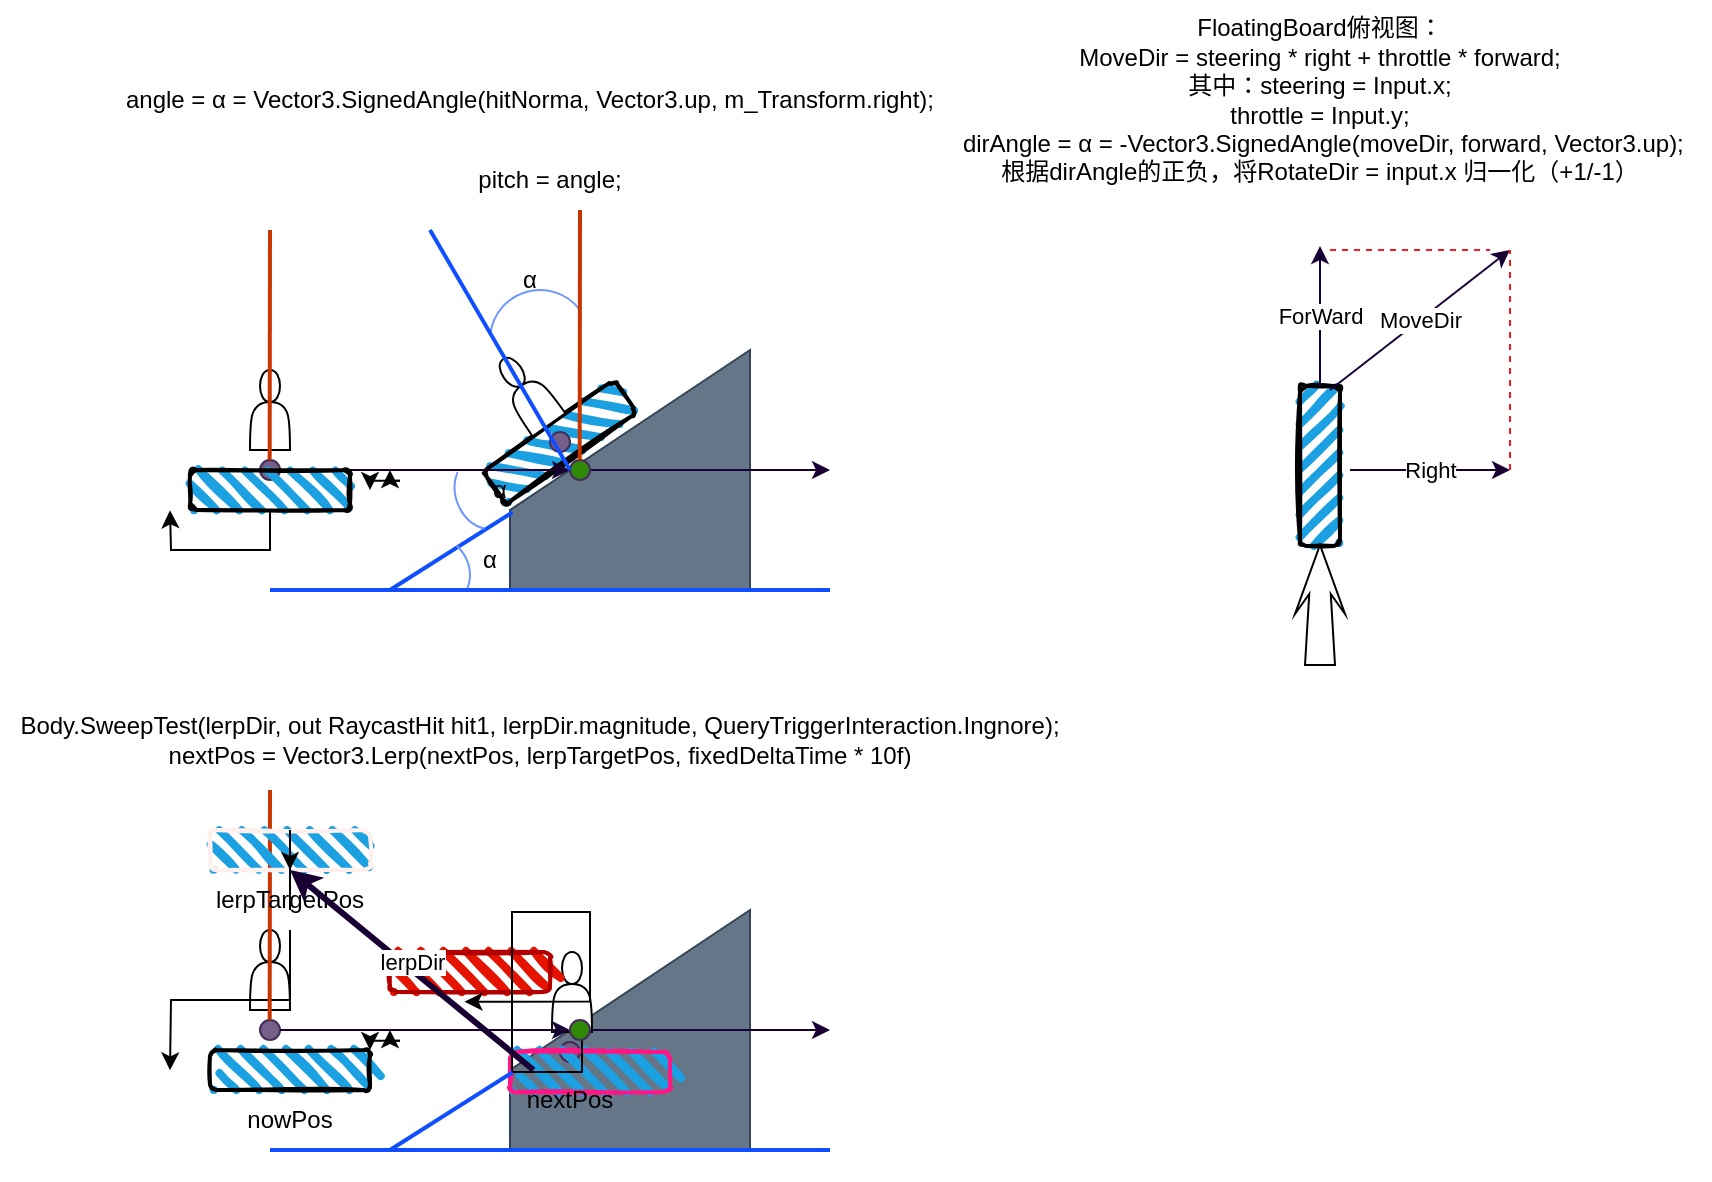
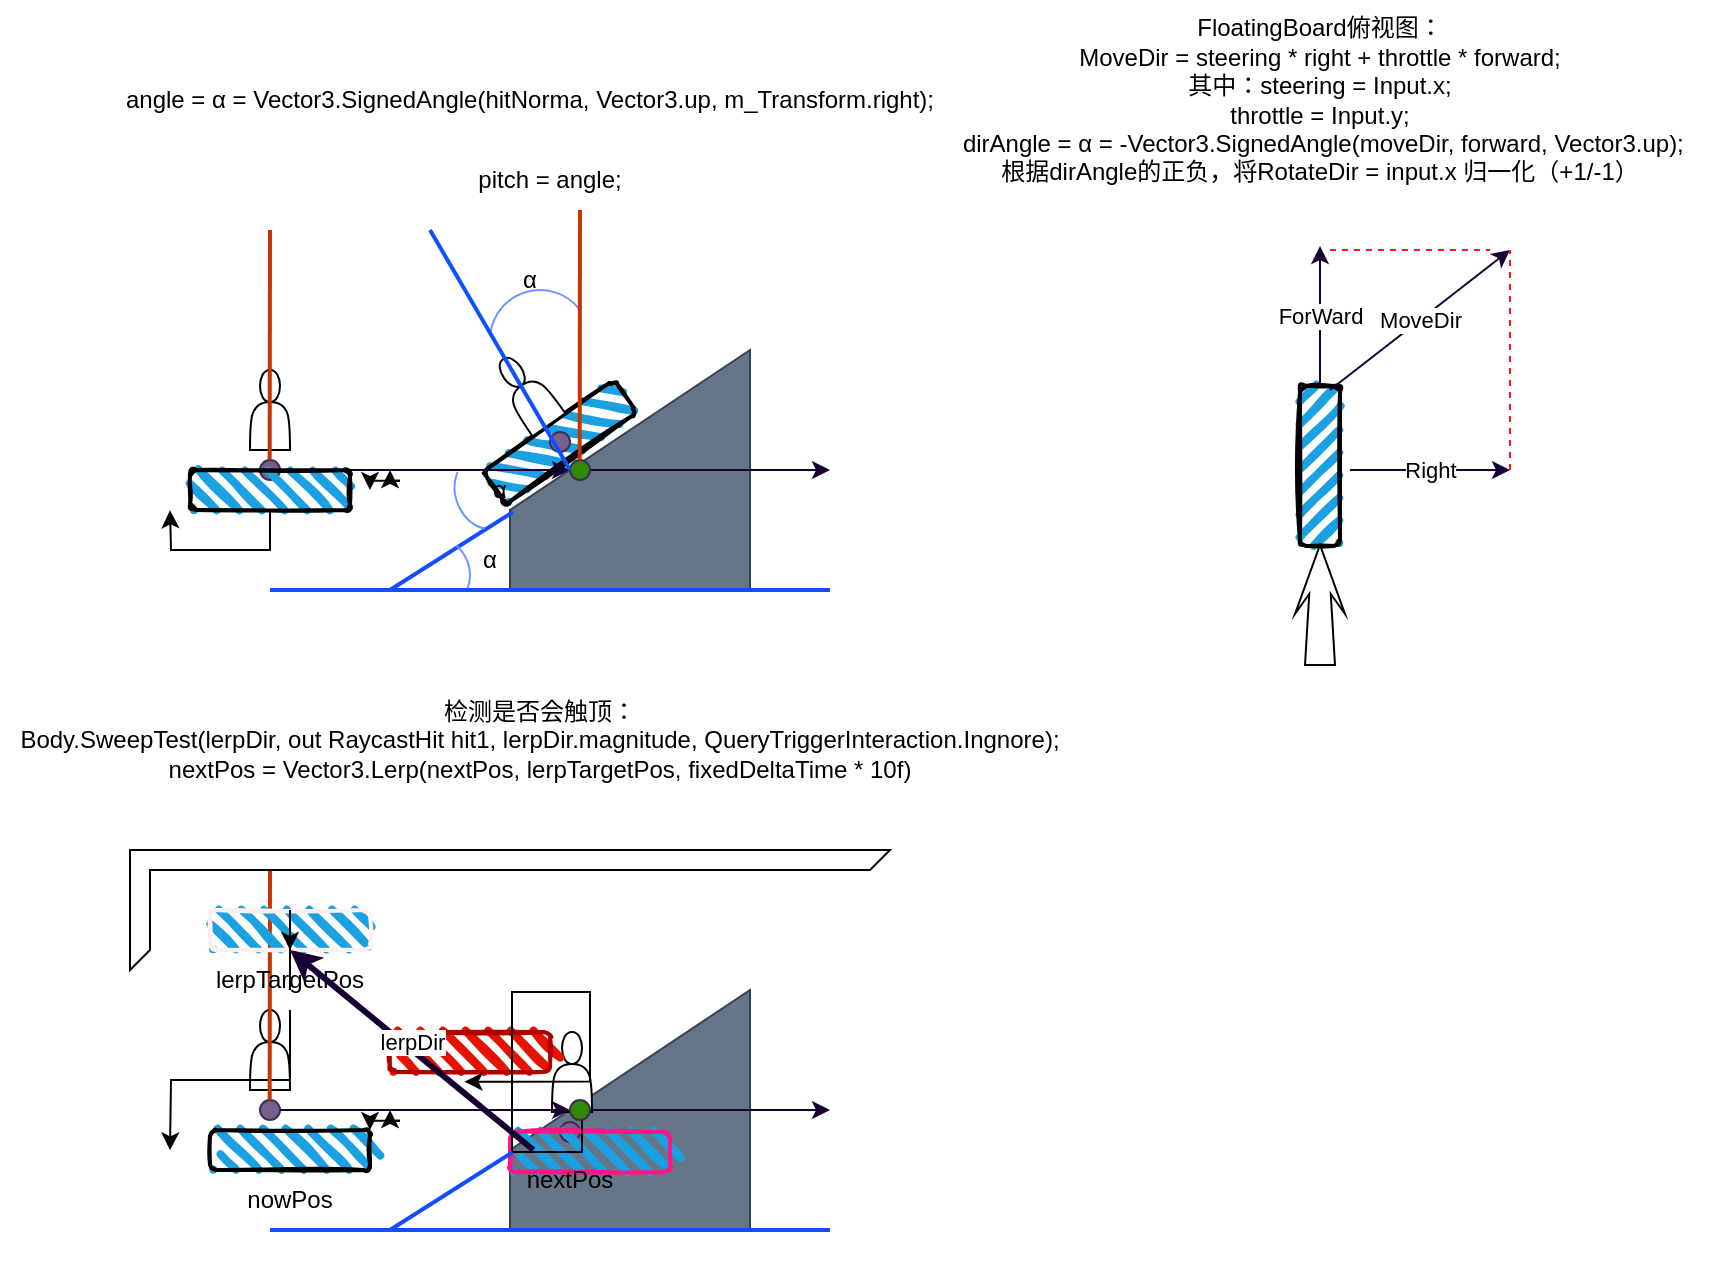
<mxfile host="app.diagrams.net">
  <diagram name="第 1 页" id="Z0DC_knzU1L9sbGcegjl">
    <mxGraphModel dx="1557" dy="467" grid="1" gridSize="10" guides="1" tooltips="1" connect="1" arrows="1" fold="1" page="1" pageScale="1" pageWidth="827" pageHeight="1169" background="light-dark(#FFFFFF,#FFFFFF)" math="0" shadow="0">
      <root>
        <mxCell id="0" />
        <mxCell id="1" parent="0" />
        <mxCell id="fx_5rI_hlLQzRWBr8DUU-49" parent="1" style="text;html=1;whiteSpace=wrap;strokeColor=none;fillColor=none;align=center;verticalAlign=middle;rounded=0;autosize=1;resizable=0;fontColor=light-dark(#000000, #080808);" value="angle = α = Vector3.SignedAngle(hitNorma, Vector3.up, m_Transform.right);" vertex="1">
          <mxGeometry height="30" width="430" x="35" y="60" as="geometry" />
        </mxCell>
        <mxCell id="fx_5rI_hlLQzRWBr8DUU-50" parent="1" style="text;html=1;whiteSpace=wrap;strokeColor=none;fillColor=none;align=center;verticalAlign=middle;rounded=0;autosize=1;resizable=0;fontColor=light-dark(#000000, #080808);" value="FloatingBoard俯视图：&lt;br&gt;MoveDir = steering * right + throttle * forward;&lt;div&gt;其中：steering = Input.x;&lt;br&gt;throttle = Input.y;&lt;/div&gt;&lt;div&gt;&lt;span style=&quot;background-color: transparent; color: light-dark(rgb(0, 0, 0), rgb(8, 8, 8));&quot;&gt;&amp;nbsp;&lt;/span&gt;&lt;span style=&quot;background-color: transparent; color: light-dark(rgb(0, 0, 0), rgb(8, 8, 8));&quot;&gt;dirAngle =&amp;nbsp;&lt;/span&gt;α = -Vector3.SignedAngle(moveDir, forward, Vector3.up);&lt;br&gt;根据dirAngle的正负，将RotateDir = input.x 归一化（+1/-1）&lt;/div&gt;" vertex="1">
          <mxGeometry height="100" width="390" x="450" y="25" as="geometry" />
        </mxCell>
        <mxCell id="fx_5rI_hlLQzRWBr8DUU-58" connectable="0" parent="1" style="group;rotation=-90;" value="" vertex="1">
          <mxGeometry height="25" width="210" x="540" y="240" as="geometry" />
        </mxCell>
        <mxCell id="fx_5rI_hlLQzRWBr8DUU-4" parent="fx_5rI_hlLQzRWBr8DUU-58" style="rounded=1;whiteSpace=wrap;html=1;strokeWidth=2;fillWeight=4;hachureGap=8;hachureAngle=45;fillColor=#1ba1e2;sketch=1;rotation=-90;" value="" vertex="1">
          <mxGeometry height="20" width="80" x="65" y="8" as="geometry" />
        </mxCell>
        <mxCell id="fx_5rI_hlLQzRWBr8DUU-54" parent="fx_5rI_hlLQzRWBr8DUU-58" style="html=1;shadow=0;dashed=0;align=center;verticalAlign=middle;shape=mxgraph.arrows2.stylisedArrow;dy=0.57;dx=24.48;notch=0;feather=0.4;rotation=-90;" value="" vertex="1">
          <mxGeometry height="25" width="60" x="75" y="75" as="geometry" />
        </mxCell>
        <mxCell id="fx_5rI_hlLQzRWBr8DUU-56" edge="1" parent="fx_5rI_hlLQzRWBr8DUU-58" style="endArrow=classic;html=1;rounded=0;endFill=1;strokeWidth=1;strokeColor=light-dark(#190033,#000033);" value="ForWard">
          <mxGeometry height="50" relative="1" width="50" as="geometry">
            <mxPoint x="105" y="-22" as="sourcePoint" />
            <mxPoint x="105" y="-92" as="targetPoint" />
          </mxGeometry>
        </mxCell>
        <mxCell id="fx_5rI_hlLQzRWBr8DUU-60" parent="1" style="text;html=1;whiteSpace=wrap;strokeColor=none;fillColor=none;align=center;verticalAlign=middle;rounded=0;autosize=1;resizable=0;fontColor=light-dark(#000000, #080808);" value="pitch = angle;" vertex="1">
          <mxGeometry height="30" width="100" x="210" y="100" as="geometry" />
        </mxCell>
        <mxCell id="fx_5rI_hlLQzRWBr8DUU-61" edge="1" parent="1" style="endArrow=classic;html=1;rounded=0;endFill=1;strokeWidth=1;strokeColor=light-dark(#190033,#000033);" value="Right">
          <mxGeometry height="50" relative="1" width="50" as="geometry">
            <mxPoint x="660" y="260" as="sourcePoint" />
            <mxPoint x="740" y="260" as="targetPoint" />
          </mxGeometry>
        </mxCell>
        <mxCell id="fx_5rI_hlLQzRWBr8DUU-62" edge="1" parent="1" style="endArrow=classic;html=1;rounded=0;endFill=1;strokeWidth=1;strokeColor=light-dark(#190033,#000033);" value="MoveDir">
          <mxGeometry height="50" relative="1" width="50" as="geometry">
            <mxPoint x="650" y="220" as="sourcePoint" />
            <mxPoint x="740" y="150" as="targetPoint" />
          </mxGeometry>
        </mxCell>
        <mxCell id="fx_5rI_hlLQzRWBr8DUU-63" edge="1" parent="1" style="endArrow=none;dashed=1;html=1;rounded=0;strokeColor=#FF161D;fillColor=#76608a;" value="">
          <mxGeometry height="50" relative="1" width="50" as="geometry">
            <mxPoint x="650" y="150" as="sourcePoint" />
            <mxPoint x="730" y="150" as="targetPoint" />
          </mxGeometry>
        </mxCell>
        <mxCell id="fx_5rI_hlLQzRWBr8DUU-64" edge="1" parent="1" style="endArrow=none;dashed=1;html=1;rounded=0;strokeColor=#FF161D;fillColor=#76608a;" value="">
          <mxGeometry height="50" relative="1" width="50" as="geometry">
            <mxPoint x="740" y="260" as="sourcePoint" />
            <mxPoint x="740" y="150" as="targetPoint" />
          </mxGeometry>
        </mxCell>
        <mxCell id="fx_5rI_hlLQzRWBr8DUU-65" connectable="0" parent="1" style="group" value="" vertex="1">
          <mxGeometry height="205" width="320" x="80" y="130" as="geometry" />
        </mxCell>
        <mxCell id="fx_5rI_hlLQzRWBr8DUU-37" connectable="0" parent="fx_5rI_hlLQzRWBr8DUU-65" style="group;rotation=-35;" value="" vertex="1">
          <mxGeometry height="70" width="80" x="130" y="60" as="geometry" />
        </mxCell>
        <mxCell id="fx_5rI_hlLQzRWBr8DUU-38" parent="fx_5rI_hlLQzRWBr8DUU-37" style="rounded=1;whiteSpace=wrap;html=1;strokeWidth=2;fillWeight=4;hachureGap=8;hachureAngle=45;fillColor=#1ba1e2;sketch=1;rotation=-35;" value="" vertex="1">
          <mxGeometry height="20" width="80" x="15" y="46" as="geometry" />
        </mxCell>
        <mxCell id="fx_5rI_hlLQzRWBr8DUU-39" parent="fx_5rI_hlLQzRWBr8DUU-37" style="shape=actor;whiteSpace=wrap;html=1;rotation=-35;" value="" vertex="1">
          <mxGeometry height="40" width="20" x="28" y="11" as="geometry" />
        </mxCell>
        <mxCell id="fx_5rI_hlLQzRWBr8DUU-40" parent="fx_5rI_hlLQzRWBr8DUU-37" style="ellipse;whiteSpace=wrap;html=1;aspect=fixed;strokeColor=#432D57;fillColor=#76608a;fontColor=#ffffff;rotation=-35;" value="" vertex="1">
          <mxGeometry height="10" width="10" x="50" y="51" as="geometry" />
        </mxCell>
        <mxCell id="fx_5rI_hlLQzRWBr8DUU-41" parent="fx_5rI_hlLQzRWBr8DUU-37" style="shape=mxgraph.basic.arc;html=1;startAngle=0.7682831795977167;endAngle=0.14289333360926398;endArrow=classic;endFill=1;fontColor=light-dark(default, #bb2a2a);strokeColor=#6E96FF;rotation=0;" value="" vertex="1">
          <mxGeometry height="50" width="50" x="20" y="-20" as="geometry" />
        </mxCell>
        <mxCell id="fx_5rI_hlLQzRWBr8DUU-6" parent="fx_5rI_hlLQzRWBr8DUU-65" style="shape=manualInput;boundedLbl=1;whiteSpace=wrap;html=1;size=80;fillColor=#647687;fontColor=#ffffff;strokeColor=#314354;" value="" vertex="1">
          <mxGeometry height="120" width="120" x="160" y="70" as="geometry" />
        </mxCell>
        <mxCell id="fx_5rI_hlLQzRWBr8DUU-7" connectable="0" parent="fx_5rI_hlLQzRWBr8DUU-65" style="group" value="" vertex="1">
          <mxGeometry height="70" width="80" y="70" as="geometry" />
        </mxCell>
        <mxCell id="fx_5rI_hlLQzRWBr8DUU-5" parent="fx_5rI_hlLQzRWBr8DUU-7" style="shape=actor;whiteSpace=wrap;html=1;" value="" vertex="1">
          <mxGeometry height="40" width="20" x="30" y="10" as="geometry" />
        </mxCell>
        <mxCell id="fx_5rI_hlLQzRWBr8DUU-15" parent="fx_5rI_hlLQzRWBr8DUU-7" style="ellipse;whiteSpace=wrap;html=1;aspect=fixed;strokeColor=#432D57;fillColor=#76608a;fontColor=#ffffff;" value="" vertex="1">
          <mxGeometry height="10" width="10" x="35" y="55" as="geometry" />
        </mxCell>
        <mxCell id="fx_5rI_hlLQzRWBr8DUU-52" edge="1" parent="fx_5rI_hlLQzRWBr8DUU-7" source="fx_5rI_hlLQzRWBr8DUU-51" style="edgeStyle=orthogonalEdgeStyle;rounded=0;orthogonalLoop=1;jettySize=auto;html=1;exitX=0.5;exitY=1;exitDx=0;exitDy=0;">
          <mxGeometry relative="1" as="geometry">
            <mxPoint x="-10" y="80.14285714285711" as="targetPoint" />
          </mxGeometry>
        </mxCell>
        <mxCell id="fx_5rI_hlLQzRWBr8DUU-14" edge="1" parent="fx_5rI_hlLQzRWBr8DUU-65" source="fx_5rI_hlLQzRWBr8DUU-18" style="endArrow=classic;html=1;rounded=0;endFill=1;strokeWidth=1;strokeColor=light-dark(#190033,#000033);exitX=1;exitY=0.5;exitDx=0;exitDy=0;" value="">
          <mxGeometry height="50" relative="1" width="50" as="geometry">
            <mxPoint x="120" y="129.86" as="sourcePoint" />
            <mxPoint x="320" y="130" as="targetPoint" />
          </mxGeometry>
        </mxCell>
        <mxCell id="fx_5rI_hlLQzRWBr8DUU-18" parent="fx_5rI_hlLQzRWBr8DUU-65" style="ellipse;whiteSpace=wrap;html=1;aspect=fixed;strokeColor=#432D57;fillColor=#318A07;fontColor=#ffffff;" value="" vertex="1">
          <mxGeometry height="10" width="10" x="190" y="125" as="geometry" />
        </mxCell>
        <mxCell id="fx_5rI_hlLQzRWBr8DUU-19" edge="1" parent="fx_5rI_hlLQzRWBr8DUU-65" source="fx_5rI_hlLQzRWBr8DUU-15" style="endArrow=classic;html=1;rounded=0;endFill=1;strokeWidth=1;strokeColor=light-dark(#190033,#000033);exitX=1;exitY=0.5;exitDx=0;exitDy=0;" target="fx_5rI_hlLQzRWBr8DUU-18" value="">
          <mxGeometry height="50" relative="1" width="50" as="geometry">
            <mxPoint x="45" y="130" as="sourcePoint" />
            <mxPoint x="320" y="130" as="targetPoint" />
          </mxGeometry>
        </mxCell>
        <mxCell id="fx_5rI_hlLQzRWBr8DUU-21" edge="1" parent="fx_5rI_hlLQzRWBr8DUU-65" style="endArrow=none;html=1;rounded=0;fillColor=#FFE5FC;strokeWidth=2;strokeColor=#104FFF;" value="">
          <mxGeometry height="50" relative="1" width="50" as="geometry">
            <mxPoint x="190" y="130" as="sourcePoint" />
            <mxPoint x="120" y="10" as="targetPoint" />
          </mxGeometry>
        </mxCell>
        <mxCell id="fx_5rI_hlLQzRWBr8DUU-24" edge="1" parent="fx_5rI_hlLQzRWBr8DUU-65" source="fx_5rI_hlLQzRWBr8DUU-6" style="endArrow=none;html=1;rounded=0;fillColor=#FFE5FC;strokeWidth=2;strokeColor=#104FFF;exitX=0.011;exitY=0.676;exitDx=0;exitDy=0;exitPerimeter=0;" value="">
          <mxGeometry height="50" relative="1" width="50" as="geometry">
            <mxPoint x="130" y="200" as="sourcePoint" />
            <mxPoint x="100" y="190" as="targetPoint" />
          </mxGeometry>
        </mxCell>
        <mxCell id="fx_5rI_hlLQzRWBr8DUU-25" edge="1" parent="fx_5rI_hlLQzRWBr8DUU-65" style="endArrow=none;html=1;rounded=0;fillColor=#fa6800;strokeWidth=2;strokeColor=#C73500;" value="">
          <mxGeometry height="50" relative="1" width="50" as="geometry">
            <mxPoint x="39.83000000000001" y="125" as="sourcePoint" />
            <mxPoint x="40" y="10" as="targetPoint" />
          </mxGeometry>
        </mxCell>
        <mxCell id="fx_5rI_hlLQzRWBr8DUU-26" edge="1" parent="fx_5rI_hlLQzRWBr8DUU-65" style="endArrow=none;html=1;rounded=0;fillColor=#fa6800;strokeWidth=2;strokeColor=#C73500;" value="">
          <mxGeometry height="50" relative="1" width="50" as="geometry">
            <mxPoint x="194.83000000000004" y="125" as="sourcePoint" />
            <mxPoint x="195" as="targetPoint" />
          </mxGeometry>
        </mxCell>
        <mxCell id="fx_5rI_hlLQzRWBr8DUU-28" edge="1" parent="fx_5rI_hlLQzRWBr8DUU-65" style="endArrow=none;html=1;rounded=0;fillColor=#FFE5FC;strokeWidth=2;strokeColor=light-dark(#104FFF, #000000);" value="">
          <mxGeometry height="50" relative="1" width="50" as="geometry">
            <mxPoint x="320" y="190" as="sourcePoint" />
            <mxPoint x="40" y="190" as="targetPoint" />
          </mxGeometry>
        </mxCell>
        <mxCell id="fx_5rI_hlLQzRWBr8DUU-31" parent="fx_5rI_hlLQzRWBr8DUU-65" style="text;html=1;whiteSpace=wrap;strokeColor=none;fillColor=none;align=center;verticalAlign=middle;rounded=0;autosize=1;resizable=0;fontColor=light-dark(#000000, #080808);" value="α" vertex="1">
          <mxGeometry height="30" width="30" x="135" y="160" as="geometry" />
        </mxCell>
        <mxCell id="fx_5rI_hlLQzRWBr8DUU-33" parent="fx_5rI_hlLQzRWBr8DUU-65" style="text;html=1;whiteSpace=wrap;strokeColor=none;fillColor=none;align=center;verticalAlign=middle;rounded=0;autosize=1;resizable=0;fontColor=light-dark(#000000, #080808);" value="α" vertex="1">
          <mxGeometry height="30" width="30" x="140" y="125" as="geometry" />
        </mxCell>
        <mxCell id="fx_5rI_hlLQzRWBr8DUU-35" parent="fx_5rI_hlLQzRWBr8DUU-65" style="text;html=1;whiteSpace=wrap;strokeColor=none;fillColor=none;align=center;verticalAlign=middle;rounded=0;autosize=1;resizable=0;fontColor=light-dark(#000000, #080808);" value="α" vertex="1">
          <mxGeometry height="30" width="30" x="155" y="20" as="geometry" />
        </mxCell>
        <mxCell id="fx_5rI_hlLQzRWBr8DUU-43" edge="1" parent="fx_5rI_hlLQzRWBr8DUU-65" style="edgeStyle=orthogonalEdgeStyle;rounded=0;orthogonalLoop=1;jettySize=auto;html=1;">
          <mxGeometry relative="1" as="geometry">
            <mxPoint x="105" y="135.35533905932732" as="sourcePoint" />
            <mxPoint x="100" y="130" as="targetPoint" />
          </mxGeometry>
        </mxCell>
        <mxCell id="fx_5rI_hlLQzRWBr8DUU-44" edge="1" parent="fx_5rI_hlLQzRWBr8DUU-65" style="edgeStyle=orthogonalEdgeStyle;rounded=0;orthogonalLoop=1;jettySize=auto;html=1;">
          <mxGeometry relative="1" as="geometry">
            <mxPoint x="105" y="135.35533905932732" as="sourcePoint" />
            <mxPoint x="90" y="140" as="targetPoint" />
          </mxGeometry>
        </mxCell>
        <mxCell id="fx_5rI_hlLQzRWBr8DUU-45" parent="fx_5rI_hlLQzRWBr8DUU-65" style="shape=mxgraph.basic.arc;html=1;startAngle=0.822107692393224;endAngle=0.11112848892826835;endArrow=classic;endFill=1;fontColor=light-dark(default, #bb2a2a);strokeColor=#6E96FF;rotation=-105;" value="" vertex="1">
          <mxGeometry height="35" width="40" x="130" y="122.49999999999997" as="geometry" />
        </mxCell>
        <mxCell id="fx_5rI_hlLQzRWBr8DUU-47" parent="fx_5rI_hlLQzRWBr8DUU-65" style="shape=mxgraph.basic.arc;html=1;startAngle=0.20235438405496714;endAngle=0.3627813740139013;endArrow=classic;endFill=1;fontColor=light-dark(default, #bb2a2a);strokeColor=#6E96FF;rotation=-180;flipH=1;legacyAnchorPoints=0;" value="" vertex="1">
          <mxGeometry height="45" width="55" x="85" y="160" as="geometry" />
        </mxCell>
        <mxCell id="fx_5rI_hlLQzRWBr8DUU-51" parent="fx_5rI_hlLQzRWBr8DUU-65" style="rounded=1;whiteSpace=wrap;html=1;strokeWidth=2;fillWeight=4;hachureGap=8;hachureAngle=45;fillColor=#1ba1e2;sketch=1;" value="" vertex="1">
          <mxGeometry height="20" width="80" y="130" as="geometry" />
        </mxCell>
        <mxCell id="fx_5rI_hlLQzRWBr8DUU-66" connectable="0" parent="1" style="group" value="" vertex="1">
-           <mxGeometry height="205" width="355" x="80" y="410" as="geometry" />
-         </mxCell>
-         <mxCell id="fx_5rI_hlLQzRWBr8DUU-72" parent="fx_5rI_hlLQzRWBr8DUU-66" style="shape=manualInput;boundedLbl=1;whiteSpace=wrap;html=1;size=80;fillColor=#647687;fontColor=#ffffff;strokeColor=#314354;" value="" vertex="1">
-           <mxGeometry height="120" width="120" x="160" y="70" as="geometry" />
-         </mxCell>
-         <mxCell id="fx_5rI_hlLQzRWBr8DUU-67" connectable="0" parent="fx_5rI_hlLQzRWBr8DUU-66" style="group;rotation=0;" value="" vertex="1">
-           <mxGeometry height="70" width="80" x="150" y="80" as="geometry" />
+           <mxGeometry height="205" width="355" x="80" y="450" as="geometry" />
+         </mxCell>
+         <mxCell id="fx_5rI_hlLQzRWBr8DUU-104" connectable="0" parent="fx_5rI_hlLQzRWBr8DUU-66" style="group" value="" vertex="1">
+           <mxGeometry height="180" width="350" y="10" as="geometry" />
+         </mxCell>
+         <mxCell id="fx_5rI_hlLQzRWBr8DUU-72" parent="fx_5rI_hlLQzRWBr8DUU-104" style="shape=manualInput;boundedLbl=1;whiteSpace=wrap;html=1;size=80;fillColor=#647687;fontColor=#ffffff;strokeColor=#314354;" value="" vertex="1">
+           <mxGeometry height="120" width="120" x="160" y="60" as="geometry" />
+         </mxCell>
+         <mxCell id="fx_5rI_hlLQzRWBr8DUU-67" connectable="0" parent="fx_5rI_hlLQzRWBr8DUU-104" style="group;rotation=0;" value="" vertex="1">
+           <mxGeometry height="70" width="80" x="150" y="70" as="geometry" />
        </mxCell>
        <mxCell id="fx_5rI_hlLQzRWBr8DUU-69" parent="fx_5rI_hlLQzRWBr8DUU-67" style="shape=actor;whiteSpace=wrap;html=1;rotation=0;" value="" vertex="1">
          <mxGeometry height="40" width="20" x="31" y="11" as="geometry" />
        </mxCell>
        <mxCell id="fx_5rI_hlLQzRWBr8DUU-70" parent="fx_5rI_hlLQzRWBr8DUU-67" style="ellipse;whiteSpace=wrap;html=1;aspect=fixed;strokeColor=#432D57;fillColor=#76608a;fontColor=#ffffff;rotation=0;" value="" vertex="1">
          <mxGeometry height="10" width="10" x="35" y="56" as="geometry" />
        </mxCell>
        <mxCell id="fx_5rI_hlLQzRWBr8DUU-103" parent="fx_5rI_hlLQzRWBr8DUU-67" style="rounded=1;whiteSpace=wrap;html=1;strokeWidth=2;fillWeight=4;hachureGap=8;hachureAngle=45;fillColor=#1ba1e2;sketch=1;rotation=0;strokeColor=#FF1686;" value="" vertex="1">
          <mxGeometry height="20" width="80" x="10" y="61" as="geometry" />
        </mxCell>
        <mxCell id="fx_5rI_hlLQzRWBr8DUU-68" parent="fx_5rI_hlLQzRWBr8DUU-67" style="rounded=1;whiteSpace=wrap;html=1;strokeWidth=2;fillWeight=4;hachureGap=8;hachureAngle=45;fillColor=#e51400;sketch=1;rotation=0;strokeColor=#B20000;fontColor=#ffffff;" value="" vertex="1">
          <mxGeometry height="20" width="80" x="-50" y="11" as="geometry" />
        </mxCell>
        <mxCell id="fx_5rI_hlLQzRWBr8DUU-93" edge="1" parent="fx_5rI_hlLQzRWBr8DUU-67" source="fx_5rI_hlLQzRWBr8DUU-69" style="edgeStyle=orthogonalEdgeStyle;rounded=0;orthogonalLoop=1;jettySize=auto;html=1;exitX=0.75;exitY=1;exitDx=0;exitDy=0;entryX=0.466;entryY=1.242;entryDx=0;entryDy=0;entryPerimeter=0;" target="fx_5rI_hlLQzRWBr8DUU-68">
          <mxGeometry relative="1" as="geometry" />
        </mxCell>
-         <mxCell id="fx_5rI_hlLQzRWBr8DUU-73" connectable="0" parent="fx_5rI_hlLQzRWBr8DUU-66" style="group" value="" vertex="1">
-           <mxGeometry height="70" width="85" y="70" as="geometry" />
+         <mxCell id="fx_5rI_hlLQzRWBr8DUU-73" connectable="0" parent="fx_5rI_hlLQzRWBr8DUU-104" style="group" value="" vertex="1">
+           <mxGeometry height="70" width="85" y="60" as="geometry" />
        </mxCell>
        <mxCell id="fx_5rI_hlLQzRWBr8DUU-74" parent="fx_5rI_hlLQzRWBr8DUU-73" style="shape=actor;whiteSpace=wrap;html=1;" value="" vertex="1">
          <mxGeometry height="40" width="20" x="30" y="10" as="geometry" />
        </mxCell>
        <mxCell id="fx_5rI_hlLQzRWBr8DUU-75" parent="fx_5rI_hlLQzRWBr8DUU-73" style="ellipse;whiteSpace=wrap;html=1;aspect=fixed;strokeColor=#432D57;fillColor=#76608a;fontColor=#ffffff;" value="" vertex="1">
          <mxGeometry height="10" width="10" x="35" y="55" as="geometry" />
        </mxCell>
        <mxCell id="fx_5rI_hlLQzRWBr8DUU-76" edge="1" parent="fx_5rI_hlLQzRWBr8DUU-73" source="fx_5rI_hlLQzRWBr8DUU-97" style="edgeStyle=orthogonalEdgeStyle;rounded=0;orthogonalLoop=1;jettySize=auto;html=1;exitX=0.5;exitY=1;exitDx=0;exitDy=0;">
          <mxGeometry relative="1" as="geometry">
            <mxPoint x="-10" y="80.14285714285711" as="targetPoint" />
          </mxGeometry>
        </mxCell>
-         <mxCell id="fx_5rI_hlLQzRWBr8DUU-77" edge="1" parent="fx_5rI_hlLQzRWBr8DUU-66" source="fx_5rI_hlLQzRWBr8DUU-78" style="endArrow=classic;html=1;rounded=0;endFill=1;strokeWidth=1;strokeColor=light-dark(#190033,#000033);exitX=1;exitY=0.5;exitDx=0;exitDy=0;" value="">
-           <mxGeometry height="50" relative="1" width="50" as="geometry">
-             <mxPoint x="120" y="129.86" as="sourcePoint" />
-             <mxPoint x="320" y="130" as="targetPoint" />
-           </mxGeometry>
-         </mxCell>
-         <mxCell id="fx_5rI_hlLQzRWBr8DUU-78" parent="fx_5rI_hlLQzRWBr8DUU-66" style="ellipse;whiteSpace=wrap;html=1;aspect=fixed;strokeColor=#432D57;fillColor=#318A07;fontColor=#ffffff;" value="" vertex="1">
-           <mxGeometry height="10" width="10" x="190" y="125" as="geometry" />
-         </mxCell>
-         <mxCell id="fx_5rI_hlLQzRWBr8DUU-79" edge="1" parent="fx_5rI_hlLQzRWBr8DUU-66" source="fx_5rI_hlLQzRWBr8DUU-75" style="endArrow=classic;html=1;rounded=0;endFill=1;strokeWidth=1;strokeColor=light-dark(#190033,#000033);exitX=1;exitY=0.5;exitDx=0;exitDy=0;" target="fx_5rI_hlLQzRWBr8DUU-78" value="">
-           <mxGeometry height="50" relative="1" width="50" as="geometry">
-             <mxPoint x="45" y="130" as="sourcePoint" />
-             <mxPoint x="320" y="130" as="targetPoint" />
-           </mxGeometry>
-         </mxCell>
-         <mxCell id="fx_5rI_hlLQzRWBr8DUU-81" edge="1" parent="fx_5rI_hlLQzRWBr8DUU-66" source="fx_5rI_hlLQzRWBr8DUU-72" style="endArrow=none;html=1;rounded=0;fillColor=#FFE5FC;strokeWidth=2;strokeColor=#104FFF;exitX=0.011;exitY=0.676;exitDx=0;exitDy=0;exitPerimeter=0;" value="">
-           <mxGeometry height="50" relative="1" width="50" as="geometry">
-             <mxPoint x="130" y="200" as="sourcePoint" />
-             <mxPoint x="100" y="190" as="targetPoint" />
-           </mxGeometry>
-         </mxCell>
-         <mxCell id="fx_5rI_hlLQzRWBr8DUU-82" edge="1" parent="fx_5rI_hlLQzRWBr8DUU-66" style="endArrow=none;html=1;rounded=0;fillColor=#fa6800;strokeWidth=2;strokeColor=#C73500;" value="">
-           <mxGeometry height="50" relative="1" width="50" as="geometry">
-             <mxPoint x="39.83000000000001" y="125" as="sourcePoint" />
-             <mxPoint x="40" y="10" as="targetPoint" />
-           </mxGeometry>
-         </mxCell>
-         <mxCell id="fx_5rI_hlLQzRWBr8DUU-84" edge="1" parent="fx_5rI_hlLQzRWBr8DUU-66" style="endArrow=none;html=1;rounded=0;fillColor=#FFE5FC;strokeWidth=2;strokeColor=light-dark(#104FFF, #000000);" value="">
-           <mxGeometry height="50" relative="1" width="50" as="geometry">
-             <mxPoint x="320" y="190" as="sourcePoint" />
-             <mxPoint x="40" y="190" as="targetPoint" />
-           </mxGeometry>
-         </mxCell>
-         <mxCell id="fx_5rI_hlLQzRWBr8DUU-88" edge="1" parent="fx_5rI_hlLQzRWBr8DUU-66" style="edgeStyle=orthogonalEdgeStyle;rounded=0;orthogonalLoop=1;jettySize=auto;html=1;">
-           <mxGeometry relative="1" as="geometry">
-             <mxPoint x="105" y="135.35533905932732" as="sourcePoint" />
-             <mxPoint x="100" y="130" as="targetPoint" />
-           </mxGeometry>
-         </mxCell>
-         <mxCell id="fx_5rI_hlLQzRWBr8DUU-89" edge="1" parent="fx_5rI_hlLQzRWBr8DUU-66" style="edgeStyle=orthogonalEdgeStyle;rounded=0;orthogonalLoop=1;jettySize=auto;html=1;">
-           <mxGeometry relative="1" as="geometry">
-             <mxPoint x="105" y="135.35533905932732" as="sourcePoint" />
-             <mxPoint x="90" y="140" as="targetPoint" />
-           </mxGeometry>
-         </mxCell>
-         <mxCell id="fx_5rI_hlLQzRWBr8DUU-92" parent="fx_5rI_hlLQzRWBr8DUU-66" style="rounded=1;whiteSpace=wrap;html=1;strokeWidth=2;fillWeight=4;hachureGap=8;hachureAngle=45;fillColor=#1ba1e2;sketch=1;strokeColor=#FFF0ED;" value="" vertex="1">
-           <mxGeometry height="20" width="80" x="10" y="30" as="geometry" />
-         </mxCell>
-         <mxCell id="fx_5rI_hlLQzRWBr8DUU-94" parent="fx_5rI_hlLQzRWBr8DUU-66" style="text;html=1;whiteSpace=wrap;strokeColor=none;fillColor=none;align=center;verticalAlign=middle;rounded=0;autosize=1;resizable=0;fontColor=light-dark(#000000, #080808);" value="nextPos" vertex="1">
-           <mxGeometry height="30" width="70" x="155" y="150" as="geometry" />
-         </mxCell>
-         <mxCell id="fx_5rI_hlLQzRWBr8DUU-95" parent="fx_5rI_hlLQzRWBr8DUU-66" style="text;html=1;whiteSpace=wrap;strokeColor=none;fillColor=none;align=center;verticalAlign=middle;rounded=0;autosize=1;resizable=0;fontColor=light-dark(#000000, #080808);" value="nowPos" vertex="1">
-           <mxGeometry height="30" width="70" x="15" y="160" as="geometry" />
-         </mxCell>
-         <mxCell id="fx_5rI_hlLQzRWBr8DUU-96" parent="fx_5rI_hlLQzRWBr8DUU-66" style="rounded=1;whiteSpace=wrap;html=1;strokeWidth=2;fillWeight=4;hachureGap=8;hachureAngle=45;fillColor=#1ba1e2;sketch=1;" value="" vertex="1">
-           <mxGeometry height="20" width="80" x="10" y="140" as="geometry" />
-         </mxCell>
-         <mxCell id="fx_5rI_hlLQzRWBr8DUU-98" edge="1" parent="fx_5rI_hlLQzRWBr8DUU-66" source="fx_5rI_hlLQzRWBr8DUU-92" style="edgeStyle=orthogonalEdgeStyle;rounded=0;orthogonalLoop=1;jettySize=auto;html=1;exitX=0.5;exitY=1;exitDx=0;exitDy=0;" target="fx_5rI_hlLQzRWBr8DUU-97" value="">
-           <mxGeometry relative="1" as="geometry">
-             <mxPoint x="130" y="550" as="sourcePoint" />
-             <mxPoint x="70" y="630.1428571428571" as="targetPoint" />
-           </mxGeometry>
-         </mxCell>
-         <mxCell id="fx_5rI_hlLQzRWBr8DUU-97" parent="fx_5rI_hlLQzRWBr8DUU-66" style="text;html=1;whiteSpace=wrap;strokeColor=none;fillColor=none;align=center;verticalAlign=middle;rounded=0;autosize=1;resizable=0;fontColor=light-dark(#000000, #080808);" value="lerpTargetPos" vertex="1">
-           <mxGeometry height="30" width="100" y="50" as="geometry" />
-         </mxCell>
-         <mxCell id="fx_5rI_hlLQzRWBr8DUU-100" edge="1" parent="fx_5rI_hlLQzRWBr8DUU-66" source="fx_5rI_hlLQzRWBr8DUU-94" style="endArrow=classic;html=1;rounded=0;endFill=1;strokeWidth=3;strokeColor=light-dark(#190033,#000033);entryX=0.5;entryY=0;entryDx=0;entryDy=0;" target="fx_5rI_hlLQzRWBr8DUU-97" value="">
-           <mxGeometry height="50" relative="1" width="50" as="geometry">
-             <mxPoint x="110" y="39.8" as="sourcePoint" />
-             <mxPoint x="230" y="39.8" as="targetPoint" />
+         <mxCell id="fx_5rI_hlLQzRWBr8DUU-77" edge="1" parent="fx_5rI_hlLQzRWBr8DUU-104" source="fx_5rI_hlLQzRWBr8DUU-78" style="endArrow=classic;html=1;rounded=0;endFill=1;strokeWidth=1;strokeColor=light-dark(#190033,#000033);exitX=1;exitY=0.5;exitDx=0;exitDy=0;" value="">
+           <mxGeometry height="50" relative="1" width="50" as="geometry">
+             <mxPoint x="120" y="119.86000000000001" as="sourcePoint" />
+             <mxPoint x="320" y="120" as="targetPoint" />
+           </mxGeometry>
+         </mxCell>
+         <mxCell id="fx_5rI_hlLQzRWBr8DUU-78" parent="fx_5rI_hlLQzRWBr8DUU-104" style="ellipse;whiteSpace=wrap;html=1;aspect=fixed;strokeColor=#432D57;fillColor=#318A07;fontColor=#ffffff;" value="" vertex="1">
+           <mxGeometry height="10" width="10" x="190" y="115" as="geometry" />
+         </mxCell>
+         <mxCell id="fx_5rI_hlLQzRWBr8DUU-79" edge="1" parent="fx_5rI_hlLQzRWBr8DUU-104" source="fx_5rI_hlLQzRWBr8DUU-75" style="endArrow=classic;html=1;rounded=0;endFill=1;strokeWidth=1;strokeColor=light-dark(#190033,#000033);exitX=1;exitY=0.5;exitDx=0;exitDy=0;" target="fx_5rI_hlLQzRWBr8DUU-78" value="">
+           <mxGeometry height="50" relative="1" width="50" as="geometry">
+             <mxPoint x="45" y="120" as="sourcePoint" />
+             <mxPoint x="320" y="120" as="targetPoint" />
+           </mxGeometry>
+         </mxCell>
+         <mxCell id="fx_5rI_hlLQzRWBr8DUU-81" edge="1" parent="fx_5rI_hlLQzRWBr8DUU-104" source="fx_5rI_hlLQzRWBr8DUU-72" style="endArrow=none;html=1;rounded=0;fillColor=#FFE5FC;strokeWidth=2;strokeColor=#104FFF;exitX=0.011;exitY=0.676;exitDx=0;exitDy=0;exitPerimeter=0;" value="">
+           <mxGeometry height="50" relative="1" width="50" as="geometry">
+             <mxPoint x="130" y="190" as="sourcePoint" />
+             <mxPoint x="100" y="180" as="targetPoint" />
+           </mxGeometry>
+         </mxCell>
+         <mxCell id="fx_5rI_hlLQzRWBr8DUU-82" edge="1" parent="fx_5rI_hlLQzRWBr8DUU-104" style="endArrow=none;html=1;rounded=0;fillColor=#fa6800;strokeWidth=2;strokeColor=#C73500;" value="">
+           <mxGeometry height="50" relative="1" width="50" as="geometry">
+             <mxPoint x="39.83000000000001" y="115" as="sourcePoint" />
+             <mxPoint x="40" as="targetPoint" />
+           </mxGeometry>
+         </mxCell>
+         <mxCell id="fx_5rI_hlLQzRWBr8DUU-84" edge="1" parent="fx_5rI_hlLQzRWBr8DUU-104" style="endArrow=none;html=1;rounded=0;fillColor=#FFE5FC;strokeWidth=2;strokeColor=light-dark(#104FFF, #000000);" value="">
+           <mxGeometry height="50" relative="1" width="50" as="geometry">
+             <mxPoint x="320" y="180" as="sourcePoint" />
+             <mxPoint x="40" y="180" as="targetPoint" />
+           </mxGeometry>
+         </mxCell>
+         <mxCell id="fx_5rI_hlLQzRWBr8DUU-88" edge="1" parent="fx_5rI_hlLQzRWBr8DUU-104" style="edgeStyle=orthogonalEdgeStyle;rounded=0;orthogonalLoop=1;jettySize=auto;html=1;">
+           <mxGeometry relative="1" as="geometry">
+             <mxPoint x="105" y="125.35533905932732" as="sourcePoint" />
+             <mxPoint x="100" y="120" as="targetPoint" />
+           </mxGeometry>
+         </mxCell>
+         <mxCell id="fx_5rI_hlLQzRWBr8DUU-89" edge="1" parent="fx_5rI_hlLQzRWBr8DUU-104" style="edgeStyle=orthogonalEdgeStyle;rounded=0;orthogonalLoop=1;jettySize=auto;html=1;">
+           <mxGeometry relative="1" as="geometry">
+             <mxPoint x="105" y="125.35533905932732" as="sourcePoint" />
+             <mxPoint x="90" y="130" as="targetPoint" />
+           </mxGeometry>
+         </mxCell>
+         <mxCell id="fx_5rI_hlLQzRWBr8DUU-92" parent="fx_5rI_hlLQzRWBr8DUU-104" style="rounded=1;whiteSpace=wrap;html=1;strokeWidth=2;fillWeight=4;hachureGap=8;hachureAngle=45;fillColor=#1ba1e2;sketch=1;strokeColor=#FFF0ED;" value="" vertex="1">
+           <mxGeometry height="20" width="80" x="10" y="20" as="geometry" />
+         </mxCell>
+         <mxCell id="fx_5rI_hlLQzRWBr8DUU-94" parent="fx_5rI_hlLQzRWBr8DUU-104" style="text;html=1;whiteSpace=wrap;strokeColor=none;fillColor=none;align=center;verticalAlign=middle;rounded=0;autosize=1;resizable=0;fontColor=light-dark(#000000, #080808);" value="nextPos" vertex="1">
+           <mxGeometry height="30" width="70" x="155" y="140" as="geometry" />
+         </mxCell>
+         <mxCell id="fx_5rI_hlLQzRWBr8DUU-95" parent="fx_5rI_hlLQzRWBr8DUU-104" style="text;html=1;whiteSpace=wrap;strokeColor=none;fillColor=none;align=center;verticalAlign=middle;rounded=0;autosize=1;resizable=0;fontColor=light-dark(#000000, #080808);" value="nowPos" vertex="1">
+           <mxGeometry height="30" width="70" x="15" y="150" as="geometry" />
+         </mxCell>
+         <mxCell id="fx_5rI_hlLQzRWBr8DUU-96" parent="fx_5rI_hlLQzRWBr8DUU-104" style="rounded=1;whiteSpace=wrap;html=1;strokeWidth=2;fillWeight=4;hachureGap=8;hachureAngle=45;fillColor=#1ba1e2;sketch=1;" value="" vertex="1">
+           <mxGeometry height="20" width="80" x="10" y="130" as="geometry" />
+         </mxCell>
+         <mxCell id="fx_5rI_hlLQzRWBr8DUU-98" edge="1" parent="fx_5rI_hlLQzRWBr8DUU-104" source="fx_5rI_hlLQzRWBr8DUU-92" style="edgeStyle=orthogonalEdgeStyle;rounded=0;orthogonalLoop=1;jettySize=auto;html=1;exitX=0.5;exitY=1;exitDx=0;exitDy=0;" target="fx_5rI_hlLQzRWBr8DUU-97" value="">
+           <mxGeometry relative="1" as="geometry">
+             <mxPoint x="130" y="540" as="sourcePoint" />
+             <mxPoint x="70" y="620.1428571428571" as="targetPoint" />
+           </mxGeometry>
+         </mxCell>
+         <mxCell id="fx_5rI_hlLQzRWBr8DUU-97" parent="fx_5rI_hlLQzRWBr8DUU-104" style="text;html=1;whiteSpace=wrap;strokeColor=none;fillColor=none;align=center;verticalAlign=middle;rounded=0;autosize=1;resizable=0;fontColor=light-dark(#000000, #080808);" value="lerpTargetPos" vertex="1">
+           <mxGeometry height="30" width="100" y="40" as="geometry" />
+         </mxCell>
+         <mxCell id="fx_5rI_hlLQzRWBr8DUU-100" edge="1" parent="fx_5rI_hlLQzRWBr8DUU-104" source="fx_5rI_hlLQzRWBr8DUU-94" style="endArrow=classic;html=1;rounded=0;endFill=1;strokeWidth=3;strokeColor=light-dark(#190033,#000033);entryX=0.5;entryY=0;entryDx=0;entryDy=0;" target="fx_5rI_hlLQzRWBr8DUU-97" value="">
+           <mxGeometry height="50" relative="1" width="50" as="geometry">
+             <mxPoint x="110" y="29.799999999999997" as="sourcePoint" />
+             <mxPoint x="230" y="29.799999999999997" as="targetPoint" />
          </mxGeometry>
        </mxCell>
        <mxCell id="fx_5rI_hlLQzRWBr8DUU-101" connectable="0" parent="fx_5rI_hlLQzRWBr8DUU-100" style="edgeLabel;html=1;align=center;verticalAlign=middle;resizable=0;points=[];" value="lerpDir" vertex="1">
          <mxGeometry relative="1" x="0.0382" y="-3" as="geometry">
            <mxPoint as="offset" />
          </mxGeometry>
        </mxCell>
-         <mxCell id="fx_5rI_hlLQzRWBr8DUU-102" parent="1" style="text;html=1;whiteSpace=wrap;strokeColor=none;fillColor=none;align=center;verticalAlign=middle;rounded=0;autosize=1;resizable=0;fontColor=light-dark(#000000, #080808);" value="&lt;div&gt;Body.SweepTest(lerpDir, out RaycastHit hit1, lerpDir.magnitude, QueryTriggerInteraction.Ingnore);&lt;/div&gt;nextPos = Vector3.Lerp(nextPos, lerpTargetPos, fixedDeltaTime * 10f)" vertex="1">
-           <mxGeometry height="40" width="540" x="-15" y="375" as="geometry" />
+         <mxCell id="fx_5rI_hlLQzRWBr8DUU-105" parent="fx_5rI_hlLQzRWBr8DUU-104" style="verticalLabelPosition=bottom;verticalAlign=top;html=1;shape=mxgraph.basic.frame_corner;dx=10;whiteSpace=wrap;" value="" vertex="1">
+           <mxGeometry height="60" width="380" x="-30" y="-10" as="geometry" />
+         </mxCell>
+         <mxCell id="fx_5rI_hlLQzRWBr8DUU-102" parent="1" style="text;html=1;whiteSpace=wrap;strokeColor=none;fillColor=none;align=center;verticalAlign=middle;rounded=0;autosize=1;resizable=0;fontColor=light-dark(#000000, #080808);" value="&lt;div&gt;检测是否会触顶：&lt;/div&gt;&lt;div&gt;Body.SweepTest(lerpDir, out RaycastHit hit1, lerpDir.magnitude, QueryTriggerInteraction.Ingnore);&lt;/div&gt;nextPos = Vector3.Lerp(nextPos, lerpTargetPos, fixedDeltaTime * 10f)" vertex="1">
+           <mxGeometry height="60" width="540" x="-15" y="365" as="geometry" />
        </mxCell>
      </root>
    </mxGraphModel>
  </diagram>
</mxfile>
